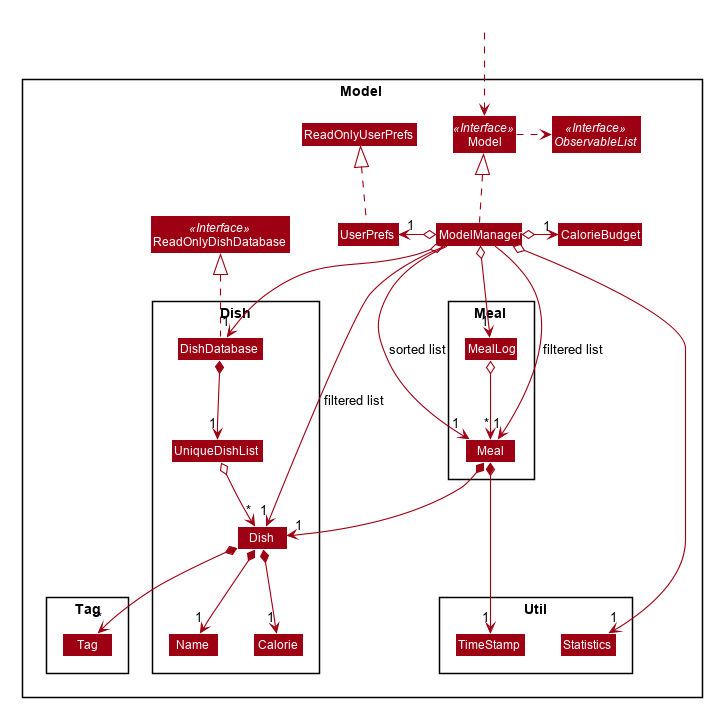
This is docs/images/ModelClassDiagram.png from nus-cs2103-AY1920S1/addressbook-level3, a PlantUML export, as it was before one commit.
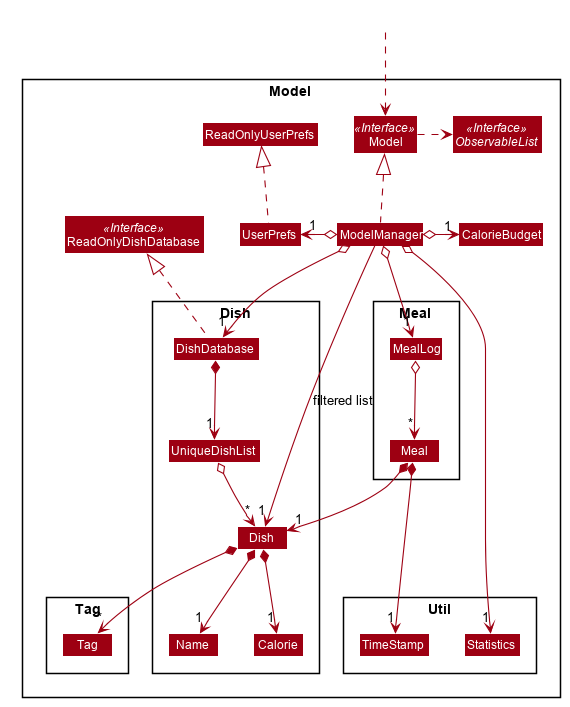
The same file after the commit.

Commit message:
Update Model and Ui class diagrams

The edit, as a diff of the source:
```diff
@@ -1,8 +1,4 @@
 @startuml
-
-
-
-
 
 
 
@@ -119,6 +115,4 @@
 Tag -[hidden]right-> TimeStamp
 
 ModelManager -->"1" Dish : filtered list
-ModelManager -->"1" Meal : filtered list
-ModelManager -->"1" Meal : sorted list
 @enduml
```
